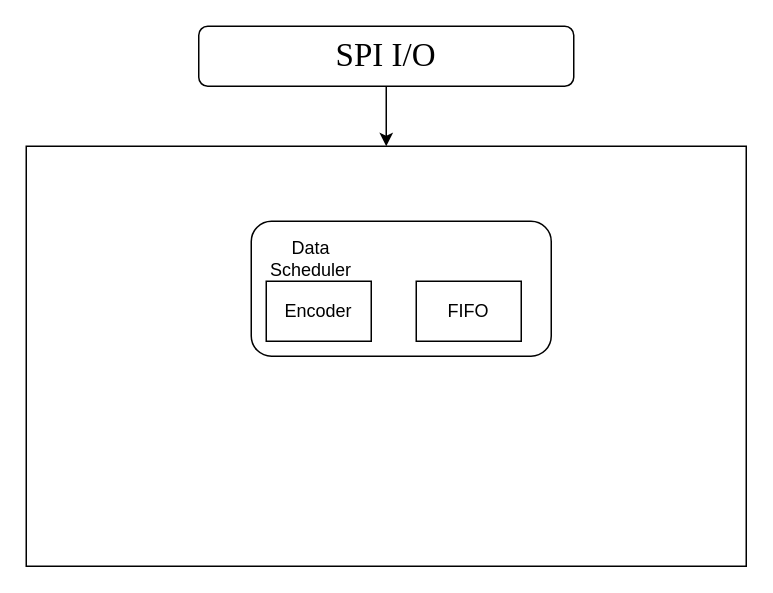
Before: srnn.drawio in YouAreThere/SpikingNeuralNetwork, a draw.io diagram. Source tidied: cells renumbered, new cells numbered last; positions are measured from the earlier drawing's top-left corner, leaving out a move shared by most shapes. Both pictures are drawn from the tidied source at 150%, with x=0, y=0 at pixel (26, 26).
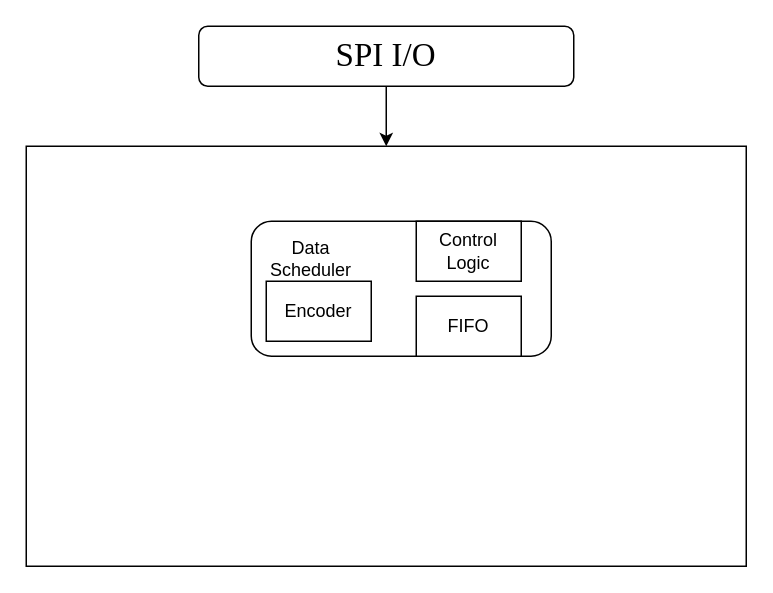
After the change.

Change to the diagram source:
```diff
@@
 <mxGraphModel>
   <root>
     <mxCell id="0" />
     <mxCell id="1" parent="0" />
     <mxCell id="2" style="edgeStyle=orthogonalEdgeStyle;rounded=0;jettySize=auto;html=1;exitX=0.5;exitY=1;exitDx=0;exitDy=0;entryX=0.5;entryY=0;entryDx=0;entryDy=0;" parent="1" edge="1" source="3" target="4">
       <mxGeometry relative="1" as="geometry" />
     </mxCell>
     <mxCell id="3" value="&lt;font face=&quot;Times New Roman&quot; style=&quot;font-size: 22px;&quot;&gt;SPI I/O&lt;/font&gt;" style="rounded=1;whiteSpace=wrap;html=1;" parent="1" vertex="1">
       <mxGeometry x="115" width="250" height="40" as="geometry" />
     </mxCell>
     <mxCell id="4" style="rounded=0;whiteSpace=wrap;html=1;" parent="1" vertex="1">
       <mxGeometry y="80" width="480" height="280" as="geometry" />
     </mxCell>
     <mxCell id="5" style="rounded=1;whiteSpace=wrap;html=1;" parent="1" vertex="1">
       <mxGeometry x="150" y="130" width="200" height="90" as="geometry" />
     </mxCell>
     <mxCell id="6" value="Data Scheduler" style="text;html=1;align=center;verticalAlign=middle;whiteSpace=wrap;rounded=0;" parent="1" vertex="1">
       <mxGeometry x="160" y="140" width="60" height="30" as="geometry" />
     </mxCell>
     <mxCell id="7" value="FIFO" style="rounded=0;whiteSpace=wrap;html=1;" parent="1" vertex="1">
-      <mxGeometry x="260" y="170" width="70" height="40" as="geometry" />
+      <mxGeometry x="260" y="180" width="70" height="40" as="geometry" />
     </mxCell>
     <mxCell id="8" value="Encoder" style="rounded=0;whiteSpace=wrap;html=1;" parent="1" vertex="1">
       <mxGeometry x="160" y="170" width="70" height="40" as="geometry" />
     </mxCell>
+    <mxCell id="9" value="Control Logic" style="rounded=0;whiteSpace=wrap;html=1;" parent="1" vertex="1">
+      <mxGeometry x="260" y="130" width="70" height="40" as="geometry" />
+    </mxCell>
   </root>
 </mxGraphModel>
```
